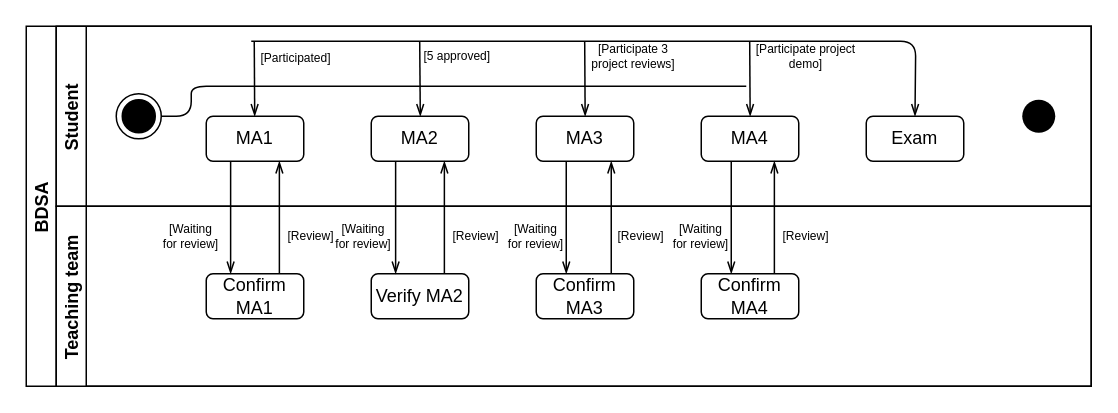
Above: Answers/Exercise4.drawio in DavidMSorensen/Assignment2 (draw.io), before the change. Source tidied: cells renumbered, new cells numbered last; positions are measured from the earlier drawing's top-left corner, leaving out a move shared by most shapes. Both pictures are drawn from the tidied source at 150%, with x=0, y=0 at pixel (26, 26).
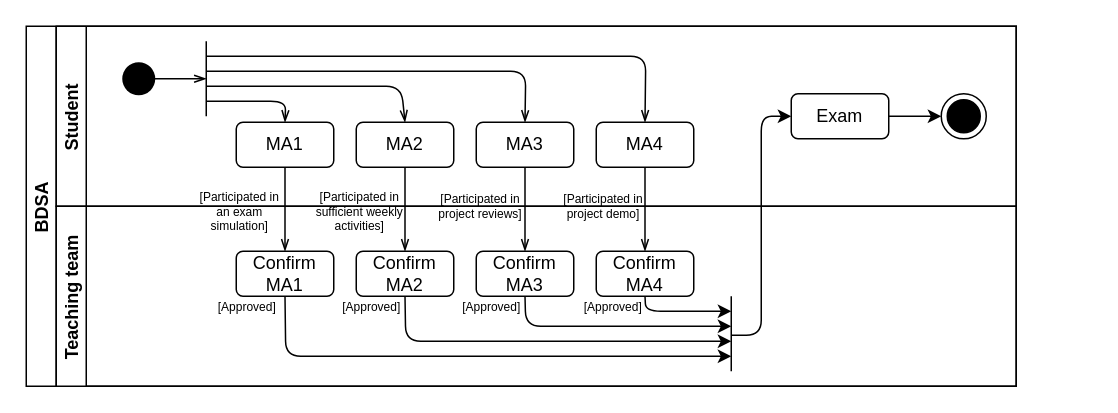
The same diagram, later.

The edit, as a diff of the source:
```diff
@@
     <mxCell id="2" value="BDSA" style="swimlane;horizontal=0;startSize=20;" parent="1" vertex="1">
-      <mxGeometry width="710" height="240" as="geometry" />
+      <mxGeometry width="660" height="240" as="geometry" />
     </mxCell>
+    <mxCell id="37" style="endArrow=openThin;html=1;endFill=0;exitX=0.5;exitY=1;exitDx=0;exitDy=0;entryX=0.5;entryY=0;entryDx=0;entryDy=0;" parent="2" edge="1" source="5" target="25">
+      <mxGeometry relative="1" as="geometry" />
+    </mxCell>
+    <mxCell id="42" style="endArrow=openThin;html=1;endFill=0;exitX=0.5;exitY=1;exitDx=0;exitDy=0;entryX=0.5;entryY=0;entryDx=0;entryDy=0;" parent="2" edge="1" source="6" target="47">
+      <mxGeometry relative="1" as="geometry" />
+    </mxCell>
+    <mxCell id="43" style="endArrow=openThin;html=1;endFill=0;exitX=0.5;exitY=1;exitDx=0;exitDy=0;entryX=0.5;entryY=0;entryDx=0;entryDy=0;" parent="2" edge="1" source="7" target="27">
+      <mxGeometry relative="1" as="geometry" />
+    </mxCell>
+    <mxCell id="44" style="endArrow=openThin;html=1;endFill=0;exitX=0.5;exitY=1;exitDx=0;exitDy=0;entryX=0.5;entryY=0;entryDx=0;entryDy=0;" parent="2" edge="1" source="8" target="28">
+      <mxGeometry relative="1" as="geometry" />
+    </mxCell>
     <mxCell id="3" value="Student" style="swimlane;startSize=20;horizontal=0;" parent="2" vertex="1">
-      <mxGeometry x="20" width="690" height="120" as="geometry" />
+      <mxGeometry x="20" width="640" height="120" as="geometry" />
     </mxCell>
     <mxCell id="4" style="ellipse;html=1;shape=endState;fillColor=#000000;strokeColor=#000000;" parent="3" vertex="1">
-      <mxGeometry x="40" y="45" width="30" height="30" as="geometry" />
+      <mxGeometry x="590" y="45" width="30" height="30" as="geometry" />
     </mxCell>
     <mxCell id="5" value="MA1" style="rounded=1;whiteSpace=wrap;html=1;" parent="3" vertex="1">
-      <mxGeometry x="100" y="60" width="65" height="30" as="geometry" />
+      <mxGeometry x="120" y="64" width="65" height="30" as="geometry" />
     </mxCell>
+    <mxCell id="10" style="ellipse;html=1;shape=endState;fillColor=#000000;strokeColor=none;" parent="3" vertex="1">
+      <mxGeometry x="40" y="20" width="30" height="30" as="geometry" />
+    </mxCell>
+    <mxCell id="45" style="endArrow=none;html=1;" parent="3" edge="1">
+      <mxGeometry relative="1" as="geometry">
+        <mxPoint x="100" y="60" as="sourcePoint" />
+        <mxPoint x="100" y="10" as="targetPoint" />
+      </mxGeometry>
+    </mxCell>
-    <mxCell id="6" value="MA2" style="rounded=1;whiteSpace=wrap;html=1;" parent="3" vertex="1">
-      <mxGeometry x="210" y="60" width="65" height="30" as="geometry" />
+    <mxCell id="6" value="&lt;div&gt;MA2&lt;/div&gt;" style="rounded=1;whiteSpace=wrap;html=1;" parent="3" vertex="1">
+      <mxGeometry x="200" y="64" width="65" height="30" as="geometry" />
     </mxCell>
     <mxCell id="7" value="MA3" style="rounded=1;whiteSpace=wrap;html=1;" parent="3" vertex="1">
-      <mxGeometry x="320" y="60" width="65" height="30" as="geometry" />
+      <mxGeometry x="280" y="64" width="65" height="30" as="geometry" />
     </mxCell>
     <mxCell id="8" value="MA4" style="rounded=1;whiteSpace=wrap;html=1;" parent="3" vertex="1">
-      <mxGeometry x="430" y="60" width="65" height="30" as="geometry" />
+      <mxGeometry x="360" y="64" width="65" height="30" as="geometry" />
     </mxCell>
     <mxCell id="9" value="Exam" style="rounded=1;whiteSpace=wrap;html=1;" parent="3" vertex="1">
-      <mxGeometry x="540" y="60" width="65" height="30" as="geometry" />
+      <mxGeometry x="490" y="45" width="65" height="30" as="geometry" />
     </mxCell>
-    <mxCell id="10" style="ellipse;html=1;shape=endState;fillColor=#000000;strokeColor=none;" parent="3" vertex="1">
-      <mxGeometry x="640" y="45" width="30" height="30" as="geometry" />
-    </mxCell>
-    <mxCell id="11" style="endArrow=none;html=1;exitX=1;exitY=0.5;exitDx=0;exitDy=0;endSize=6;jumpSize=2;" parent="3" edge="1" source="4">
-      <mxGeometry relative="1" as="geometry">
-        <mxPoint x="460" y="40" as="targetPoint" />
-        <Array as="points">
-          <mxPoint x="90" y="60" />
-          <mxPoint x="90" y="40" />
-        </Array>
-      </mxGeometry>
-    </mxCell>
-    <mxCell id="12" style="endArrow=openThin;html=1;entryX=0.5;entryY=0;entryDx=0;entryDy=0;endFill=0;" parent="3" edge="1">
-      <mxGeometry relative="1" as="geometry">
-        <mxPoint x="132" y="10" as="sourcePoint" />
-        <mxPoint x="132.3" y="60" as="targetPoint" />
-      </mxGeometry>
-    </mxCell>
-    <mxCell id="13" style="endArrow=openThin;html=1;entryX=0.5;entryY=0;entryDx=0;entryDy=0;endFill=0;" parent="3" edge="1">
-      <mxGeometry relative="1" as="geometry">
-        <mxPoint x="242.3" y="10" as="sourcePoint" />
-        <mxPoint x="242.7" y="60" as="targetPoint" />
-      </mxGeometry>
-    </mxCell>
-    <mxCell id="14" style="endArrow=openThin;html=1;entryX=0.5;entryY=0;entryDx=0;entryDy=0;endFill=0;" parent="3" edge="1">
-      <mxGeometry relative="1" as="geometry">
-        <mxPoint x="352.3" y="10" as="sourcePoint" />
-        <mxPoint x="352.6" y="60" as="targetPoint" />
-      </mxGeometry>
-    </mxCell>
-    <mxCell id="15" style="endArrow=openThin;html=1;entryX=0.5;entryY=0;entryDx=0;entryDy=0;endFill=0;" parent="3" edge="1">
-      <mxGeometry relative="1" as="geometry">
-        <mxPoint x="462.3" y="10" as="sourcePoint" />
-        <mxPoint x="462.6" y="60" as="targetPoint" />
-      </mxGeometry>
-    </mxCell>
-    <mxCell id="16" style="endArrow=openThin;html=1;entryX=0.5;entryY=0;entryDx=0;entryDy=0;endFill=0;" parent="3" edge="1" target="9">
-      <mxGeometry relative="1" as="geometry">
-        <mxPoint x="130" y="10" as="sourcePoint" />
-        <Array as="points">
-          <mxPoint x="573" y="10" />
-        </Array>
-      </mxGeometry>
-    </mxCell>
+    <mxCell id="46" style="endArrow=classic;html=1;entryX=0;entryY=0.5;entryDx=0;entryDy=0;exitX=1;exitY=0.5;exitDx=0;exitDy=0;" parent="3" edge="1" source="9" target="4">
+      <mxGeometry relative="1" as="geometry" />
+    </mxCell>
+    <mxCell id="24" value="Teaching team" style="swimlane;startSize=20;horizontal=0;" parent="2" vertex="1">
+      <mxGeometry x="20" y="120" width="640" height="120" as="geometry" />
+    </mxCell>
+    <mxCell id="25" value="Confirm MA1" style="rounded=1;whiteSpace=wrap;html=1;" parent="24" vertex="1">
+      <mxGeometry x="120" y="30" width="65" height="30" as="geometry" />
+    </mxCell>
+    <mxCell id="47" value="Confirm MA2" style="rounded=1;whiteSpace=wrap;html=1;" parent="24" vertex="1">
+      <mxGeometry x="200" y="30" width="65" height="30" as="geometry" />
+    </mxCell>
+    <mxCell id="27" value="Confirm MA3" style="rounded=1;whiteSpace=wrap;html=1;" parent="24" vertex="1">
+      <mxGeometry x="280" y="30" width="65" height="30" as="geometry" />
+    </mxCell>
+    <mxCell id="28" value="Confirm MA4" style="rounded=1;whiteSpace=wrap;html=1;" parent="24" vertex="1">
+      <mxGeometry x="360" y="30" width="65" height="30" as="geometry" />
+    </mxCell>
+    <mxCell id="48" style="endArrow=none;html=1;" parent="24" edge="1">
+      <mxGeometry relative="1" as="geometry">
+        <mxPoint x="450" y="110" as="sourcePoint" />
+        <mxPoint x="450" y="60" as="targetPoint" />
+      </mxGeometry>
+    </mxCell>
+    <mxCell id="18" value="&lt;div&gt;[Participated in &lt;br&gt;&lt;/div&gt;&lt;div&gt;sufficient weekly&lt;/div&gt;&lt;div&gt;activities]&lt;/div&gt;" style="text;html=1;strokeColor=none;fillColor=none;align=center;verticalAlign=middle;whiteSpace=wrap;rounded=0;fontSize=8;" parent="24" vertex="1">
+      <mxGeometry x="150" y="-6" width="105" height="20" as="geometry" />
+    </mxCell>
-    <mxCell id="17" value="[Participated]" style="text;html=1;strokeColor=none;fillColor=none;align=center;verticalAlign=middle;whiteSpace=wrap;rounded=0;fontSize=8;" parent="3" vertex="1">
-      <mxGeometry x="155" y="20" width="10" as="geometry" />
+    <mxCell id="17" value="[Participated in an exam simulation]" style="text;html=1;strokeColor=none;fillColor=none;align=center;verticalAlign=middle;whiteSpace=wrap;rounded=0;fontSize=8;" parent="24" vertex="1">
+      <mxGeometry x="95" y="-1" width="55" height="10" as="geometry" />
     </mxCell>
-    <mxCell id="18" value="[5 approved]" style="text;html=1;strokeColor=none;fillColor=none;align=center;verticalAlign=middle;whiteSpace=wrap;rounded=0;fontSize=8;" parent="3" vertex="1">
-      <mxGeometry x="215" y="10" width="105" height="20" as="geometry" />
-    </mxCell>
-    <mxCell id="19" value="[Participate 3 project reviews]" style="text;html=1;strokeColor=none;fillColor=none;align=center;verticalAlign=middle;whiteSpace=wrap;rounded=0;fontSize=8;" parent="3" vertex="1">
-      <mxGeometry x="350" y="10" width="70" height="20" as="geometry" />
+    <mxCell id="19" value="[Participated in project reviews]" style="text;html=1;strokeColor=none;fillColor=none;align=center;verticalAlign=middle;whiteSpace=wrap;rounded=0;fontSize=8;" parent="24" vertex="1">
+      <mxGeometry x="248" y="-10" width="70" height="20" as="geometry" />
     </mxCell>
-    <mxCell id="20" value="[Participate project demo]" style="text;html=1;strokeColor=none;fillColor=none;align=center;verticalAlign=middle;whiteSpace=wrap;rounded=0;fontSize=8;" parent="3" vertex="1">
-      <mxGeometry x="460" y="10" width="80" height="20" as="geometry" />
+    <mxCell id="20" value="[Participated in project demo]" style="text;html=1;strokeColor=none;fillColor=none;align=center;verticalAlign=middle;whiteSpace=wrap;rounded=0;fontSize=8;" parent="24" vertex="1">
+      <mxGeometry x="325" y="-10" width="80" height="20" as="geometry" />
     </mxCell>
-    <mxCell id="21" style="endArrow=openThin;html=1;exitX=0.75;exitY=0;exitDx=0;exitDy=0;entryX=0.75;entryY=1;entryDx=0;entryDy=0;endFill=0;" parent="3" edge="1">
-      <mxGeometry relative="1" as="geometry">
-        <mxPoint x="370" y="165" as="sourcePoint" />
-        <mxPoint x="370" y="90" as="targetPoint" />
-      </mxGeometry>
-    </mxCell>
-    <mxCell id="22" style="endArrow=openThin;html=1;exitX=0.5;exitY=1;exitDx=0;exitDy=0;entryX=0.5;entryY=0;entryDx=0;entryDy=0;endFill=0;" parent="3" edge="1">
-      <mxGeometry relative="1" as="geometry">
-        <mxPoint x="340" y="90" as="sourcePoint" />
-        <mxPoint x="340" y="165" as="targetPoint" />
-      </mxGeometry>
-    </mxCell>
-    <mxCell id="23" style="endArrow=openThin;html=1;exitX=0.5;exitY=1;exitDx=0;exitDy=0;entryX=0.5;entryY=0;entryDx=0;entryDy=0;endFill=0;" parent="3" edge="1">
-      <mxGeometry relative="1" as="geometry">
-        <mxPoint x="450" y="90" as="sourcePoint" />
-        <mxPoint x="450" y="165" as="targetPoint" />
-      </mxGeometry>
-    </mxCell>
-    <mxCell id="24" value="Teaching team" style="swimlane;startSize=20;horizontal=0;" parent="2" vertex="1">
-      <mxGeometry x="20" y="120" width="690" height="120" as="geometry" />
-    </mxCell>
-    <mxCell id="25" value="Confirm MA1" style="rounded=1;whiteSpace=wrap;html=1;" parent="24" vertex="1">
-      <mxGeometry x="100" y="45" width="65" height="30" as="geometry" />
-    </mxCell>
-    <mxCell id="26" value="Verify MA2" style="rounded=1;whiteSpace=wrap;html=1;" parent="24" vertex="1">
-      <mxGeometry x="210" y="45" width="65" height="30" as="geometry" />
-    </mxCell>
-    <mxCell id="27" value="Confirm MA3" style="rounded=1;whiteSpace=wrap;html=1;" parent="24" vertex="1">
-      <mxGeometry x="320" y="45" width="65" height="30" as="geometry" />
-    </mxCell>
-    <mxCell id="28" value="Confirm MA4" style="rounded=1;whiteSpace=wrap;html=1;" parent="24" vertex="1">
-      <mxGeometry x="430" y="45" width="65" height="30" as="geometry" />
-    </mxCell>
-    <mxCell id="29" value="[Review]" style="text;html=1;strokeColor=none;fillColor=none;align=center;verticalAlign=middle;whiteSpace=wrap;rounded=0;fontSize=8;" parent="24" vertex="1">
-      <mxGeometry x="150" y="10" width="40" height="20" as="geometry" />
-    </mxCell>
-    <mxCell id="30" value="[Review]" style="text;html=1;strokeColor=none;fillColor=none;align=center;verticalAlign=middle;whiteSpace=wrap;rounded=0;fontSize=8;" parent="24" vertex="1">
-      <mxGeometry x="260" y="10" width="40" height="20" as="geometry" />
-    </mxCell>
-    <mxCell id="31" value="[Review]" style="text;html=1;strokeColor=none;fillColor=none;align=center;verticalAlign=middle;whiteSpace=wrap;rounded=0;fontSize=8;" parent="24" vertex="1">
-      <mxGeometry x="370" y="10" width="40" height="20" as="geometry" />
-    </mxCell>
-    <mxCell id="32" value="[Review]" style="text;html=1;strokeColor=none;fillColor=none;align=center;verticalAlign=middle;whiteSpace=wrap;rounded=0;fontSize=8;" parent="24" vertex="1">
-      <mxGeometry x="480" y="10" width="40" height="20" as="geometry" />
-    </mxCell>
-    <mxCell id="33" value="[Waiting for review]" style="text;html=1;strokeColor=none;fillColor=none;align=center;verticalAlign=middle;whiteSpace=wrap;rounded=0;fontSize=8;" parent="24" vertex="1">
-      <mxGeometry x="70" y="10" width="40" height="20" as="geometry" />
-    </mxCell>
-    <mxCell id="34" value="[Waiting for review]" style="text;html=1;strokeColor=none;fillColor=none;align=center;verticalAlign=middle;whiteSpace=wrap;rounded=0;fontSize=8;" parent="24" vertex="1">
-      <mxGeometry x="185" y="10" width="40" height="20" as="geometry" />
-    </mxCell>
-    <mxCell id="35" value="[Waiting for review]" style="text;html=1;strokeColor=none;fillColor=none;align=center;verticalAlign=middle;whiteSpace=wrap;rounded=0;fontSize=8;" parent="24" vertex="1">
-      <mxGeometry x="300" y="10" width="40" height="20" as="geometry" />
-    </mxCell>
-    <mxCell id="36" value="[Waiting for review]" style="text;html=1;strokeColor=none;fillColor=none;align=center;verticalAlign=middle;whiteSpace=wrap;rounded=0;fontSize=8;" parent="24" vertex="1">
-      <mxGeometry x="410" y="10" width="40" height="20" as="geometry" />
-    </mxCell>
-    <mxCell id="37" style="endArrow=openThin;html=1;exitX=0.25;exitY=1;exitDx=0;exitDy=0;entryX=0.25;entryY=0;entryDx=0;entryDy=0;endFill=0;" parent="2" edge="1" source="5" target="25">
-      <mxGeometry relative="1" as="geometry" />
-    </mxCell>
-    <mxCell id="38" style="endArrow=openThin;html=1;exitX=0.75;exitY=0;exitDx=0;exitDy=0;entryX=0.75;entryY=1;entryDx=0;entryDy=0;endFill=0;" parent="2" edge="1" source="25" target="5">
-      <mxGeometry relative="1" as="geometry" />
-    </mxCell>
-    <mxCell id="39" style="endArrow=openThin;html=1;exitX=0.25;exitY=1;exitDx=0;exitDy=0;entryX=0.25;entryY=0;entryDx=0;entryDy=0;endFill=0;" parent="2" edge="1" source="6" target="26">
-      <mxGeometry relative="1" as="geometry" />
-    </mxCell>
-    <mxCell id="40" style="endArrow=openThin;html=1;exitX=0.75;exitY=0;exitDx=0;exitDy=0;entryX=0.75;entryY=1;entryDx=0;entryDy=0;endFill=0;" parent="2" edge="1" source="26" target="6">
-      <mxGeometry relative="1" as="geometry" />
-    </mxCell>
-    <mxCell id="41" style="endArrow=openThin;html=1;exitX=0.75;exitY=0;exitDx=0;exitDy=0;endFill=0;entryX=0.75;entryY=1;entryDx=0;entryDy=0;" parent="2" edge="1" source="28" target="8">
-      <mxGeometry relative="1" as="geometry" />
-    </mxCell>
+    <mxCell id="49" value="[Approved]" style="text;html=1;strokeColor=none;fillColor=none;align=center;verticalAlign=middle;whiteSpace=wrap;rounded=0;fontSize=8;" parent="24" vertex="1">
+      <mxGeometry x="100" y="62" width="55" height="10" as="geometry" />
+    </mxCell>
+    <mxCell id="50" value="[Approved]" style="text;html=1;strokeColor=none;fillColor=none;align=center;verticalAlign=middle;whiteSpace=wrap;rounded=0;fontSize=8;" parent="24" vertex="1">
+      <mxGeometry x="183" y="62" width="55" height="10" as="geometry" />
+    </mxCell>
+    <mxCell id="51" value="[Approved]" style="text;html=1;strokeColor=none;fillColor=none;align=center;verticalAlign=middle;whiteSpace=wrap;rounded=0;fontSize=8;" parent="24" vertex="1">
+      <mxGeometry x="263" y="62" width="55" height="10" as="geometry" />
+    </mxCell>
+    <mxCell id="52" value="[Approved]" style="text;html=1;strokeColor=none;fillColor=none;align=center;verticalAlign=middle;whiteSpace=wrap;rounded=0;fontSize=8;" parent="24" vertex="1">
+      <mxGeometry x="344" y="62" width="55" height="10" as="geometry" />
+    </mxCell>
+    <mxCell id="53" style="endArrow=openThin;html=1;endFill=0;" parent="1" edge="1">
+      <mxGeometry relative="1" as="geometry">
+        <mxPoint x="80" y="35" as="sourcePoint" />
+        <mxPoint x="120" y="35" as="targetPoint" />
+      </mxGeometry>
+    </mxCell>
+    <mxCell id="54" style="endArrow=openThin;html=1;endFill=0;entryX=0.5;entryY=0;entryDx=0;entryDy=0;" parent="1" edge="1" target="5">
+      <mxGeometry relative="1" as="geometry">
+        <mxPoint x="120" y="50" as="sourcePoint" />
+        <Array as="points">
+          <mxPoint x="173" y="50" />
+        </Array>
+      </mxGeometry>
+    </mxCell>
+    <mxCell id="55" style="endArrow=openThin;html=1;endFill=0;entryX=0.5;entryY=0;entryDx=0;entryDy=0;" parent="1" edge="1" target="6">
+      <mxGeometry relative="1" as="geometry">
+        <mxPoint x="120" y="40" as="sourcePoint" />
+        <Array as="points">
+          <mxPoint x="250" y="40" />
+        </Array>
+      </mxGeometry>
+    </mxCell>
+    <mxCell id="56" style="endArrow=openThin;html=1;endFill=0;entryX=0.5;entryY=0;entryDx=0;entryDy=0;" parent="1" edge="1" target="7">
+      <mxGeometry relative="1" as="geometry">
+        <mxPoint x="120" y="30" as="sourcePoint" />
+        <Array as="points">
+          <mxPoint x="333" y="30" />
+        </Array>
+      </mxGeometry>
+    </mxCell>
+    <mxCell id="57" style="endArrow=openThin;html=1;endFill=0;entryX=0.5;entryY=0;entryDx=0;entryDy=0;" parent="1" edge="1" target="8">
+      <mxGeometry relative="1" as="geometry">
+        <mxPoint x="120" y="20" as="sourcePoint" />
+        <Array as="points">
+          <mxPoint x="413" y="20" />
+        </Array>
+      </mxGeometry>
+    </mxCell>
+    <mxCell id="58" style="endArrow=classic;html=1;exitX=0.5;exitY=1;exitDx=0;exitDy=0;" parent="1" edge="1" source="28">
+      <mxGeometry relative="1" as="geometry">
+        <mxPoint x="470" y="190" as="targetPoint" />
+        <Array as="points">
+          <mxPoint x="413" y="190" />
+        </Array>
+      </mxGeometry>
+    </mxCell>
+    <mxCell id="59" style="endArrow=classic;html=1;exitX=0.5;exitY=1;exitDx=0;exitDy=0;" parent="1" edge="1" source="27">
+      <mxGeometry relative="1" as="geometry">
+        <mxPoint x="470" y="200" as="targetPoint" />
+        <Array as="points">
+          <mxPoint x="333" y="200" />
+        </Array>
+      </mxGeometry>
+    </mxCell>
+    <mxCell id="60" style="endArrow=classic;html=1;exitX=0.5;exitY=1;exitDx=0;exitDy=0;" parent="1" edge="1" source="47">
+      <mxGeometry relative="1" as="geometry">
+        <mxPoint x="470" y="210" as="targetPoint" />
+        <Array as="points">
+          <mxPoint x="253" y="210" />
+        </Array>
+      </mxGeometry>
+    </mxCell>
+    <mxCell id="61" style="endArrow=classic;html=1;exitX=0.5;exitY=1;exitDx=0;exitDy=0;" parent="1" edge="1" source="25">
+      <mxGeometry relative="1" as="geometry">
+        <mxPoint x="470" y="220" as="targetPoint" />
+        <Array as="points">
+          <mxPoint x="173" y="220" />
+        </Array>
+      </mxGeometry>
+    </mxCell>
+    <mxCell id="62" style="endArrow=classic;html=1;entryX=0;entryY=0.5;entryDx=0;entryDy=0;" parent="1" edge="1" target="9">
+      <mxGeometry relative="1" as="geometry">
+        <mxPoint x="470" y="206" as="sourcePoint" />
+        <Array as="points">
+          <mxPoint x="490" y="206" />
+          <mxPoint x="490" y="60" />
+        </Array>
+      </mxGeometry>
+    </mxCell>
```
